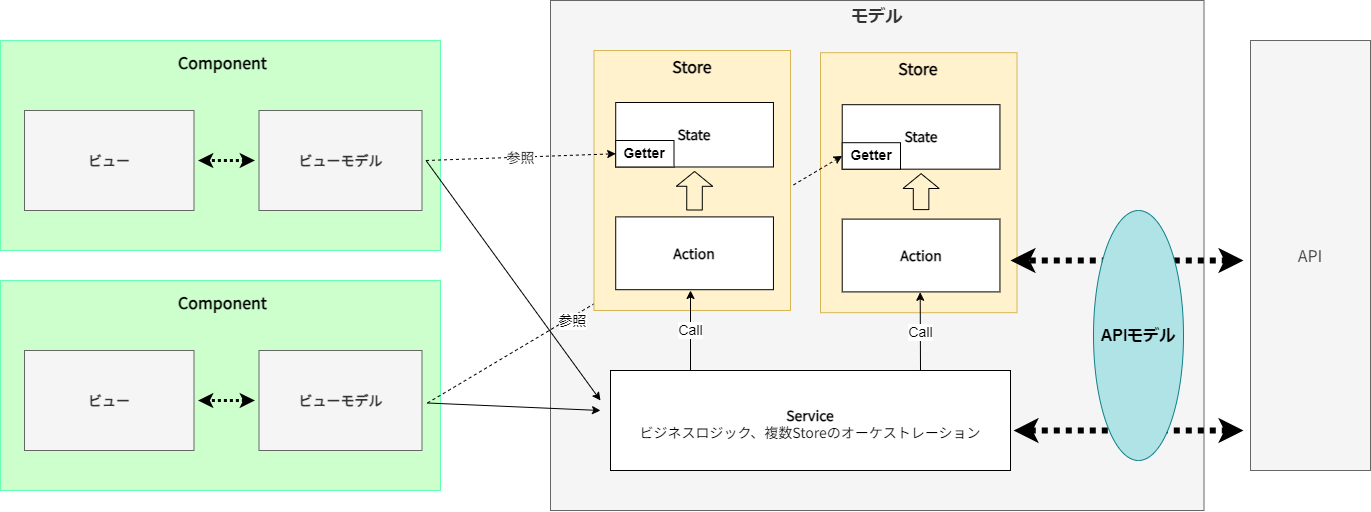
Before: documents/contents/images/app-architecture/client-side-rendering/model-component-light.png, a diagram exported from draw.io (AlesInfiny/maris). Source tidied: cells renumbered, new cells last; positions are measured from the earlier drawing's top-left corner, leaving out a move shared by most shapes.
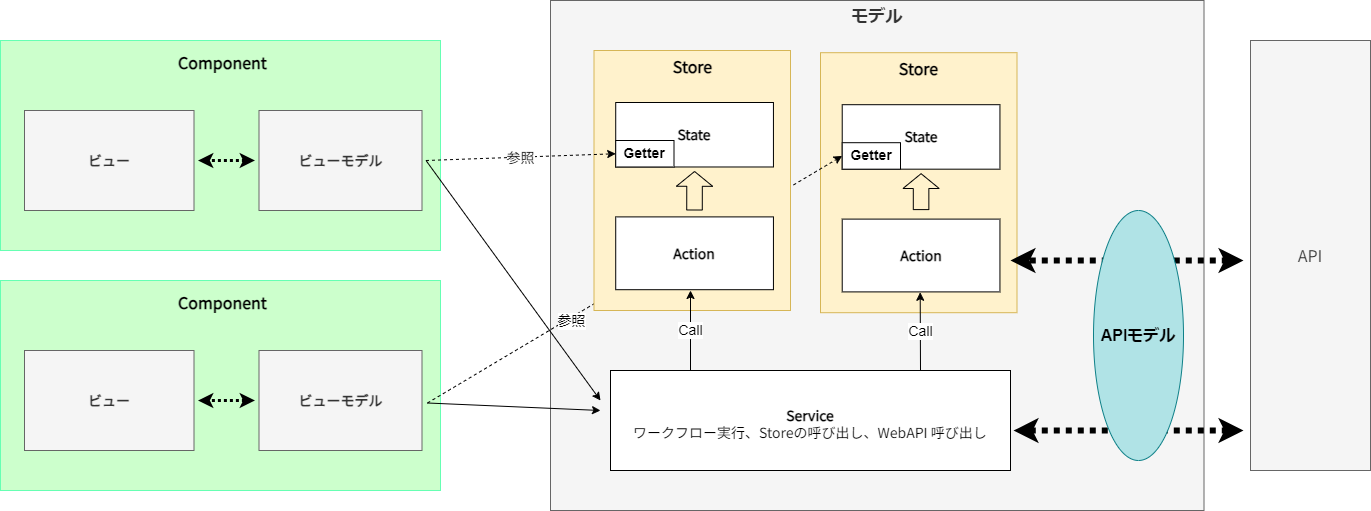
The same file after the commit.

What changed in the source:
```diff
@@ -8,7 +8,7 @@
     <mxCell id="3" value="モデル" style="rounded=0;whiteSpace=wrap;html=1;fillColor=#f5f5f5;fontColor=#333333;strokeColor=#666666;fontStyle=1;verticalAlign=top;fontSize=17;" parent="1" vertex="1">
       <mxGeometry x="550" width="653.5" height="510" as="geometry" />
     </mxCell>
-    <mxCell id="4" value="Service&lt;br style=&quot;border-color: var(--border-color);&quot;&gt;&lt;span style=&quot;border-color: var(--border-color); font-weight: normal;&quot;&gt;ビジネスロジック、複数Storeのオーケストレーション&lt;/span&gt;&lt;span style=&quot;font-weight: normal&quot;&gt;&lt;br&gt;&lt;/span&gt;" style="rounded=0;whiteSpace=wrap;html=1;fontSize=14;fontFamily=Noto Sans JP;fontSource=https%3A%2F%2Ffonts.googleapis.com%2Fcss%3Ffamily%3DNoto%2BSans%2BJP;perimeterSpacing=9;fontStyle=1;align=center;verticalAlign=bottom;spacingBottom=27;" parent="1" vertex="1">
+    <mxCell id="4" value="Service&lt;br style=&quot;border-color: var(--border-color);&quot;&gt;&lt;span style=&quot;border-color: var(--border-color); font-weight: normal;&quot;&gt;ワークフロー実行、Storeの呼び出し、WebAPI 呼び出し&lt;/span&gt;&lt;span style=&quot;font-weight: normal&quot;&gt;&lt;br&gt;&lt;/span&gt;" style="rounded=0;whiteSpace=wrap;html=1;fontSize=14;fontFamily=Noto Sans JP;fontSource=https%3A%2F%2Ffonts.googleapis.com%2Fcss%3Ffamily%3DNoto%2BSans%2BJP;perimeterSpacing=9;fontStyle=1;align=center;verticalAlign=bottom;spacingBottom=27;" parent="1" vertex="1">
       <mxGeometry x="610" y="370" width="400" height="100" as="geometry" />
     </mxCell>
     <mxCell id="5" value="Component" style="rounded=0;whiteSpace=wrap;html=1;align=center;spacingLeft=5;fillColor=#CCFFCC;fontColor=#000000;strokeColor=#66FFB3;verticalAlign=top;fontSize=16;fontFamily=Noto Sans JP;fontSource=https%3A%2F%2Ffonts.googleapis.com%2Fcss%3Ffamily%3DNoto%2BSans%2BJP;fontStyle=1;spacingTop=6;" parent="1" vertex="1">
```
